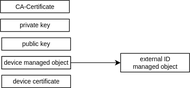
Before: doc/datamodel.drawio.svg, a diagram exported from draw.io (Cumulocity-IoT/cumulocity-pki-integration). Source tidied: cells renumbered, new cells last; positions are measured from the earlier drawing's top-left corner, leaving out a move shared by most shapes.
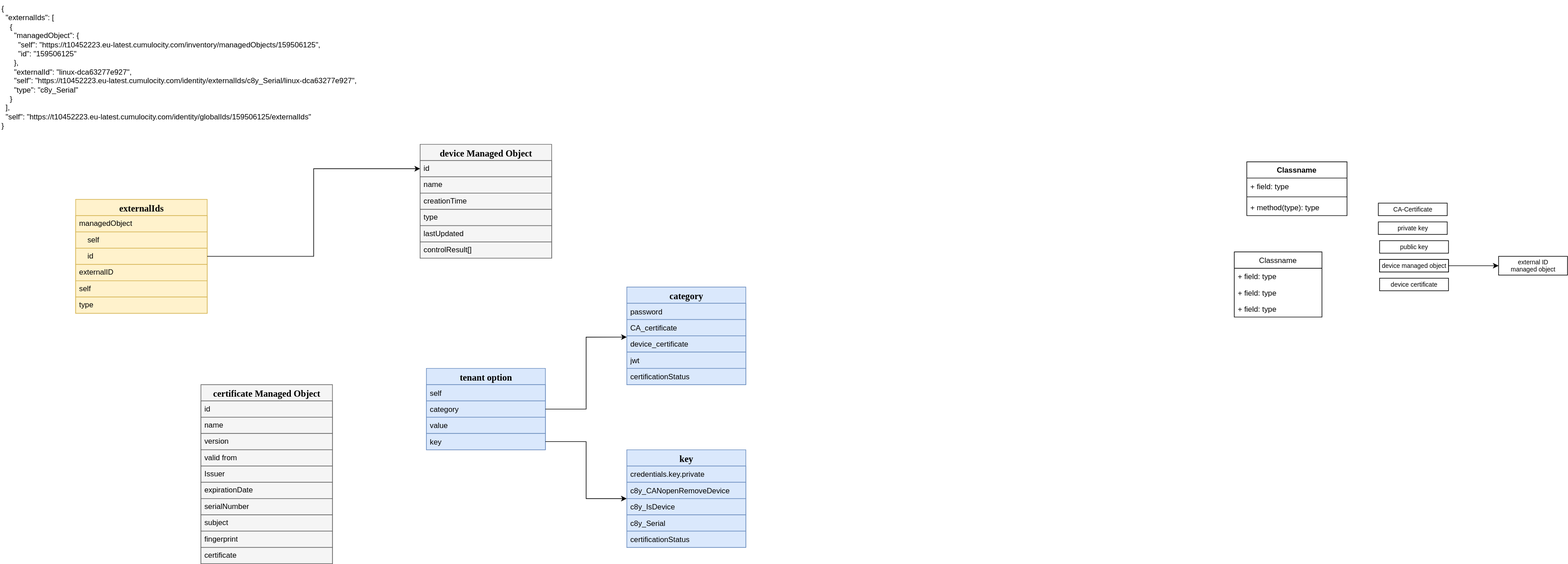
The same file after the commit.

Commit message:
starting datamodel

Change to the diagram source:
```diff
@@ -26,5 +26,179 @@
     <mxCell id="9" value="device certificate" style="html=1;fontSize=10;" parent="1" vertex="1">
       <mxGeometry x="2" y="120" width="110" height="20" as="geometry" />
     </mxCell>
+    <mxCell id="10" value="Classname" style="swimlane;fontStyle=1;align=center;verticalAlign=top;horizontal=1;startSize=26;" parent="1" vertex="1">
+      <mxGeometry x="-210" y="-66" width="160" height="86" as="geometry" />
+    </mxCell>
+    <mxCell id="11" value="+ field: type" style="text;strokeColor=none;fillColor=none;align=left;verticalAlign=top;spacingLeft=4;spacingRight=4;overflow=hidden;" parent="10" vertex="1">
+      <mxGeometry y="26" width="160" height="26" as="geometry" />
+    </mxCell>
+    <mxCell id="12" style="line;strokeWidth=1;fillColor=none;align=left;verticalAlign=middle;spacingTop=-1;spacingLeft=3;spacingRight=3;labelPosition=right;" parent="10" vertex="1">
+      <mxGeometry y="52" width="160" height="8" as="geometry" />
+    </mxCell>
+    <mxCell id="13" value="+ method(type): type" style="text;strokeColor=none;fillColor=none;align=left;verticalAlign=top;spacingLeft=4;spacingRight=4;overflow=hidden;" parent="10" vertex="1">
+      <mxGeometry y="60" width="160" height="26" as="geometry" />
+    </mxCell>
+    <mxCell id="14" value="Classname" style="swimlane;fontStyle=0;horizontal=1;startSize=26;fillColor=none;" parent="1" vertex="1">
+      <mxGeometry x="-230" y="78" width="140" height="104" as="geometry" />
+    </mxCell>
+    <mxCell id="15" value="+ field: type" style="text;strokeColor=none;fillColor=none;align=left;verticalAlign=top;spacingLeft=4;spacingRight=4;overflow=hidden;" parent="14" vertex="1">
+      <mxGeometry y="26" width="140" height="26" as="geometry" />
+    </mxCell>
+    <mxCell id="16" value="+ field: type" style="text;strokeColor=none;fillColor=none;align=left;verticalAlign=top;spacingLeft=4;spacingRight=4;overflow=hidden;" parent="14" vertex="1">
+      <mxGeometry y="52" width="140" height="26" as="geometry" />
+    </mxCell>
+    <mxCell id="17" value="+ field: type" style="text;strokeColor=none;fillColor=none;align=left;verticalAlign=top;spacingLeft=4;spacingRight=4;overflow=hidden;" parent="14" vertex="1">
+      <mxGeometry y="78" width="140" height="26" as="geometry" />
+    </mxCell>
+    <mxCell id="18" value="&lt;span lang=&quot;EN-GB&quot; style=&quot;font-size: 11.0pt ; font-family: &amp;quot;rubik&amp;quot;&quot;&gt;externalIds&lt;/span&gt;" style="swimlane;html=1;fontStyle=1;align=center;verticalAlign=top;horizontal=1;startSize=26;swimlaneFillColor=#ffffff;rounded=0;shadow=0;comic=0;labelBackgroundColor=none;strokeWidth=1;fillColor=#fff2cc;fontFamily=Verdana;fontSize=12;strokeColor=#d6b656;fontColor=#000000;" parent="1" vertex="1">
+      <mxGeometry x="-2080" y="-6" width="210" height="182" as="geometry" />
+    </mxCell>
+    <mxCell id="19" value="managedObject" style="text;strokeColor=#d6b656;fillColor=#fff2cc;align=left;verticalAlign=middle;spacingLeft=4;spacingRight=4;whiteSpace=wrap;overflow=hidden;fontColor=#000000;" parent="18" vertex="1">
+      <mxGeometry y="26" width="210" height="26" as="geometry" />
+    </mxCell>
+    <mxCell id="20" value="    self" style="text;strokeColor=#d6b656;fillColor=#fff2cc;align=left;verticalAlign=middle;spacingLeft=4;spacingRight=4;whiteSpace=wrap;overflow=hidden;fontColor=#000000;" parent="18" vertex="1">
+      <mxGeometry y="52" width="210" height="26" as="geometry" />
+    </mxCell>
+    <mxCell id="21" value="    id   " style="text;strokeColor=#d6b656;fillColor=#fff2cc;align=left;verticalAlign=middle;spacingLeft=4;spacingRight=4;whiteSpace=wrap;overflow=hidden;points=[[0,0.5],[1,0.5]];portConstraint=eastwest;fontColor=#000000;" parent="18" vertex="1">
+      <mxGeometry y="78" width="210" height="26" as="geometry" />
+    </mxCell>
+    <mxCell id="22" value="externalID" style="text;strokeColor=#d6b656;fillColor=#fff2cc;align=left;verticalAlign=middle;spacingLeft=4;spacingRight=4;whiteSpace=wrap;overflow=hidden;fontColor=#000000;" parent="18" vertex="1">
+      <mxGeometry y="104" width="210" height="26" as="geometry" />
+    </mxCell>
+    <mxCell id="23" value="self" style="text;strokeColor=#d6b656;fillColor=#fff2cc;align=left;verticalAlign=middle;spacingLeft=4;spacingRight=4;whiteSpace=wrap;overflow=hidden;fontColor=#000000;" parent="18" vertex="1">
+      <mxGeometry y="130" width="210" height="26" as="geometry" />
+    </mxCell>
+    <mxCell id="24" value="type" style="text;strokeColor=#d6b656;fillColor=#fff2cc;align=left;verticalAlign=middle;spacingLeft=4;spacingRight=4;whiteSpace=wrap;overflow=hidden;fontColor=#000000;" parent="18" vertex="1">
+      <mxGeometry y="156" width="210" height="26" as="geometry" />
+    </mxCell>
+    <mxCell id="25" value="&lt;span lang=&quot;EN-GB&quot; style=&quot;font-size: 11.0pt ; font-family: &amp;quot;rubik&amp;quot;&quot;&gt;device Managed Object&lt;/span&gt;" style="swimlane;html=1;fontStyle=1;align=center;verticalAlign=top;horizontal=1;startSize=26;swimlaneFillColor=#ffffff;rounded=0;shadow=0;comic=0;labelBackgroundColor=none;strokeWidth=1;fillColor=#f5f5f5;fontFamily=Verdana;fontSize=12;strokeColor=#666666;fontColor=#000000;" parent="1" vertex="1">
+      <mxGeometry x="-1530" y="-94" width="210" height="182" as="geometry" />
+    </mxCell>
+    <mxCell id="26" value="id" style="text;strokeColor=#666666;fillColor=#f5f5f5;align=left;verticalAlign=middle;spacingLeft=4;spacingRight=4;whiteSpace=wrap;overflow=hidden;points=[[0,0.5],[1,0.5]];portConstraint=eastwest;fontColor=#000000;" parent="25" vertex="1">
+      <mxGeometry y="26" width="210" height="26" as="geometry" />
+    </mxCell>
+    <mxCell id="27" value="name" style="text;strokeColor=#666666;fillColor=#f5f5f5;align=left;verticalAlign=middle;spacingLeft=4;spacingRight=4;whiteSpace=wrap;overflow=hidden;fontColor=#000000;" parent="25" vertex="1">
+      <mxGeometry y="52" width="210" height="26" as="geometry" />
+    </mxCell>
+    <mxCell id="28" value="creationTime" style="text;strokeColor=#666666;fillColor=#f5f5f5;align=left;verticalAlign=middle;spacingLeft=4;spacingRight=4;whiteSpace=wrap;overflow=hidden;fontColor=#000000;" parent="25" vertex="1">
+      <mxGeometry y="78" width="210" height="26" as="geometry" />
+    </mxCell>
+    <mxCell id="29" value="type" style="text;strokeColor=#666666;fillColor=#f5f5f5;align=left;verticalAlign=middle;spacingLeft=4;spacingRight=4;whiteSpace=wrap;overflow=hidden;fontColor=#000000;" parent="25" vertex="1">
+      <mxGeometry y="104" width="210" height="26" as="geometry" />
+    </mxCell>
+    <mxCell id="30" value="lastUpdated" style="text;strokeColor=#666666;fillColor=#f5f5f5;align=left;verticalAlign=middle;spacingLeft=4;spacingRight=4;whiteSpace=wrap;overflow=hidden;fontColor=#000000;" parent="25" vertex="1">
+      <mxGeometry y="130" width="210" height="26" as="geometry" />
+    </mxCell>
+    <mxCell id="31" value="controlResult[]" style="text;strokeColor=#666666;fillColor=#f5f5f5;align=left;verticalAlign=middle;spacingLeft=4;spacingRight=4;whiteSpace=wrap;overflow=hidden;fontColor=#000000;" parent="25" vertex="1">
+      <mxGeometry y="156" width="210" height="26" as="geometry" />
+    </mxCell>
+    <mxCell id="32" value="&lt;span lang=&quot;EN-GB&quot; style=&quot;font-size: 11.0pt ; font-family: &amp;quot;rubik&amp;quot;&quot;&gt;tenant option&lt;/span&gt;" style="swimlane;html=1;fontStyle=1;align=center;verticalAlign=top;horizontal=1;startSize=26;swimlaneFillColor=#ffffff;rounded=0;shadow=0;comic=0;labelBackgroundColor=none;strokeWidth=1;fillColor=#dae8fc;fontFamily=Verdana;fontSize=12;strokeColor=#6c8ebf;fontColor=#000000;" parent="1" vertex="1">
+      <mxGeometry x="-1520" y="264" width="190" height="130" as="geometry" />
+    </mxCell>
+    <mxCell id="33" value="self" style="text;strokeColor=#6c8ebf;fillColor=#dae8fc;align=left;verticalAlign=top;spacingLeft=4;spacingRight=4;whiteSpace=wrap;overflow=hidden;fontColor=#000000;" parent="32" vertex="1">
+      <mxGeometry y="26" width="190" height="26" as="geometry" />
+    </mxCell>
+    <mxCell id="34" value="category" style="text;strokeColor=#6c8ebf;fillColor=#dae8fc;align=left;verticalAlign=top;spacingLeft=4;spacingRight=4;whiteSpace=wrap;overflow=hidden;points=[[0,0.5],[1,0.5]];portConstraint=eastwest;fontColor=#000000;" parent="32" vertex="1">
+      <mxGeometry y="52" width="190" height="26" as="geometry" />
+    </mxCell>
+    <mxCell id="35" value="value" style="text;strokeColor=#6c8ebf;fillColor=#dae8fc;align=left;verticalAlign=top;spacingLeft=4;spacingRight=4;whiteSpace=wrap;overflow=hidden;fontColor=#000000;" parent="32" vertex="1">
+      <mxGeometry y="78" width="190" height="26" as="geometry" />
+    </mxCell>
+    <mxCell id="36" value="&lt;span style=&quot;&quot;&gt;key&lt;/span&gt;" style="text;html=1;strokeColor=#6c8ebf;fillColor=#dae8fc;align=left;verticalAlign=top;spacingLeft=4;spacingRight=4;whiteSpace=wrap;overflow=hidden;points=[[0,0.5],[1,0.5]];portConstraint=eastwest;fontColor=#000000;" parent="32" vertex="1">
+      <mxGeometry y="104" width="190" height="26" as="geometry" />
+    </mxCell>
+    <mxCell id="37" value="{&#10;  &quot;externalIds&quot;: [&#10;    {&#10;      &quot;managedObject&quot;: {&#10;        &quot;self&quot;: &quot;https://t10452223.eu-latest.cumulocity.com/inventory/managedObjects/159506125&quot;,&#10;        &quot;id&quot;: &quot;159506125&quot;&#10;      },&#10;      &quot;externalId&quot;: &quot;linux-dca63277e927&quot;,&#10;      &quot;self&quot;: &quot;https://t10452223.eu-latest.cumulocity.com/identity/externalIds/c8y_Serial/linux-dca63277e927&quot;,&#10;      &quot;type&quot;: &quot;c8y_Serial&quot;&#10;    }&#10;  ],&#10;  &quot;self&quot;: &quot;https://t10452223.eu-latest.cumulocity.com/identity/globalIds/159506125/externalIds&quot;&#10;}" style="text;whiteSpace=wrap;html=1;" parent="1" vertex="1">
+      <mxGeometry x="-2200" y="-324" width="790" height="230" as="geometry" />
+    </mxCell>
+    <mxCell id="38" style="edgeStyle=orthogonalEdgeStyle;rounded=0;jettySize=auto;html=1;entryX=0;entryY=0.5;entryDx=0;entryDy=0;" parent="1" edge="1" source="21" target="26">
+      <mxGeometry relative="1" as="geometry" />
+    </mxCell>
+    <mxCell id="39" value="&lt;span lang=&quot;EN-GB&quot; style=&quot;font-size: 11.0pt ; font-family: &amp;quot;rubik&amp;quot;&quot;&gt;category&lt;/span&gt;" style="swimlane;html=1;fontStyle=1;align=center;verticalAlign=top;horizontal=1;startSize=26;swimlaneFillColor=#ffffff;rounded=0;shadow=0;comic=0;labelBackgroundColor=none;strokeWidth=1;fillColor=#dae8fc;fontFamily=Verdana;fontSize=12;strokeColor=#6c8ebf;fontColor=#000000;" parent="1" vertex="1">
+      <mxGeometry x="-1200" y="134" width="190" height="156" as="geometry" />
+    </mxCell>
+    <mxCell id="40" value="password" style="text;strokeColor=#6c8ebf;fillColor=#dae8fc;align=left;verticalAlign=top;spacingLeft=4;spacingRight=4;whiteSpace=wrap;overflow=hidden;fontColor=#000000;" parent="39" vertex="1">
+      <mxGeometry y="26" width="190" height="26" as="geometry" />
+    </mxCell>
+    <mxCell id="41" value="CA_certificate" style="text;strokeColor=#6c8ebf;fillColor=#dae8fc;align=left;verticalAlign=top;spacingLeft=4;spacingRight=4;whiteSpace=wrap;overflow=hidden;fontColor=#000000;" parent="39" vertex="1">
+      <mxGeometry y="52" width="190" height="26" as="geometry" />
+    </mxCell>
+    <mxCell id="42" value="device_certificate" style="text;strokeColor=#6c8ebf;fillColor=#dae8fc;align=left;verticalAlign=top;spacingLeft=4;spacingRight=4;whiteSpace=wrap;overflow=hidden;fontColor=#000000;" parent="39" vertex="1">
+      <mxGeometry y="78" width="190" height="26" as="geometry" />
+    </mxCell>
+    <mxCell id="43" value="jwt" style="text;strokeColor=#6c8ebf;fillColor=#dae8fc;align=left;verticalAlign=top;spacingLeft=4;spacingRight=4;whiteSpace=wrap;overflow=hidden;fontColor=#000000;" parent="39" vertex="1">
+      <mxGeometry y="104" width="190" height="26" as="geometry" />
+    </mxCell>
+    <mxCell id="44" value="&lt;span style=&quot;&quot;&gt;certificationStatus&lt;/span&gt;" style="text;html=1;strokeColor=#6c8ebf;fillColor=#dae8fc;align=left;verticalAlign=top;spacingLeft=4;spacingRight=4;whiteSpace=wrap;overflow=hidden;fontColor=#000000;" parent="39" vertex="1">
+      <mxGeometry y="130" width="190" height="26" as="geometry" />
+    </mxCell>
+    <mxCell id="45" value="&lt;span lang=&quot;EN-GB&quot; style=&quot;font-size: 11.0pt ; font-family: &amp;quot;rubik&amp;quot;&quot;&gt;key&lt;/span&gt;" style="swimlane;html=1;fontStyle=1;align=center;verticalAlign=top;horizontal=1;startSize=26;swimlaneFillColor=#ffffff;rounded=0;shadow=0;comic=0;labelBackgroundColor=none;strokeWidth=1;fillColor=#dae8fc;fontFamily=Verdana;fontSize=12;strokeColor=#6c8ebf;fontColor=#000000;" parent="1" vertex="1">
+      <mxGeometry x="-1200" y="394" width="190" height="156" as="geometry" />
+    </mxCell>
+    <mxCell id="46" value="credentials.key.private" style="text;strokeColor=#6c8ebf;fillColor=#dae8fc;align=left;verticalAlign=top;spacingLeft=4;spacingRight=4;whiteSpace=wrap;overflow=hidden;fontColor=#000000;" parent="45" vertex="1">
+      <mxGeometry y="26" width="190" height="26" as="geometry" />
+    </mxCell>
+    <mxCell id="47" value="c8y_CANopenRemoveDevice" style="text;strokeColor=#6c8ebf;fillColor=#dae8fc;align=left;verticalAlign=top;spacingLeft=4;spacingRight=4;whiteSpace=wrap;overflow=hidden;points=[[0,0.5],[1,0.5]];portConstraint=eastwest;fontColor=#000000;" parent="45" vertex="1">
+      <mxGeometry y="52" width="190" height="26" as="geometry" />
+    </mxCell>
+    <mxCell id="48" value="c8y_IsDevice" style="text;strokeColor=#6c8ebf;fillColor=#dae8fc;align=left;verticalAlign=top;spacingLeft=4;spacingRight=4;whiteSpace=wrap;overflow=hidden;fontColor=#000000;" parent="45" vertex="1">
+      <mxGeometry y="78" width="190" height="26" as="geometry" />
+    </mxCell>
+    <mxCell id="49" value="c8y_Serial" style="text;strokeColor=#6c8ebf;fillColor=#dae8fc;align=left;verticalAlign=top;spacingLeft=4;spacingRight=4;whiteSpace=wrap;overflow=hidden;fontColor=#000000;" parent="45" vertex="1">
+      <mxGeometry y="104" width="190" height="26" as="geometry" />
+    </mxCell>
+    <mxCell id="50" value="&lt;span style=&quot;&quot;&gt;certificationStatus&lt;/span&gt;" style="text;html=1;strokeColor=#6c8ebf;fillColor=#dae8fc;align=left;verticalAlign=top;spacingLeft=4;spacingRight=4;whiteSpace=wrap;overflow=hidden;fontColor=#000000;" parent="45" vertex="1">
+      <mxGeometry y="130" width="190" height="26" as="geometry" />
+    </mxCell>
+    <mxCell id="51" style="edgeStyle=orthogonalEdgeStyle;rounded=0;jettySize=auto;html=1;" parent="1" edge="1" source="34">
+      <mxGeometry relative="1" as="geometry">
+        <mxPoint x="-1200" y="214" as="targetPoint" />
+        <Array as="points">
+          <mxPoint x="-1265" y="329" />
+          <mxPoint x="-1265" y="214" />
+        </Array>
+      </mxGeometry>
+    </mxCell>
+    <mxCell id="52" style="edgeStyle=orthogonalEdgeStyle;rounded=0;jettySize=auto;html=1;entryX=-0.001;entryY=0.991;entryDx=0;entryDy=0;entryPerimeter=0;" parent="1" edge="1" source="36" target="47">
+      <mxGeometry relative="1" as="geometry">
+        <Array as="points">
+          <mxPoint x="-1265" y="381" />
+          <mxPoint x="-1265" y="472" />
+          <mxPoint x="-1200" y="472" />
+        </Array>
+      </mxGeometry>
+    </mxCell>
+    <mxCell id="53" value="&lt;span lang=&quot;EN-GB&quot; style=&quot;font-size: 11.0pt ; font-family: &amp;quot;rubik&amp;quot;&quot;&gt;certificate Managed Object&lt;/span&gt;" style="swimlane;html=1;fontStyle=1;align=center;verticalAlign=top;horizontal=1;startSize=26;swimlaneFillColor=#ffffff;rounded=0;shadow=0;comic=0;labelBackgroundColor=none;strokeWidth=1;fillColor=#f5f5f5;fontFamily=Verdana;fontSize=12;strokeColor=#666666;fontColor=#000000;" parent="1" vertex="1">
+      <mxGeometry x="-1880" y="290" width="210" height="286" as="geometry" />
+    </mxCell>
+    <mxCell id="54" value="id" style="text;strokeColor=#666666;fillColor=#f5f5f5;align=left;verticalAlign=middle;spacingLeft=4;spacingRight=4;whiteSpace=wrap;overflow=hidden;fontColor=#000000;" parent="53" vertex="1">
+      <mxGeometry y="26" width="210" height="26" as="geometry" />
+    </mxCell>
+    <mxCell id="55" value="name" style="text;strokeColor=#666666;fillColor=#f5f5f5;align=left;verticalAlign=middle;spacingLeft=4;spacingRight=4;whiteSpace=wrap;overflow=hidden;fontColor=#000000;" parent="53" vertex="1">
+      <mxGeometry y="52" width="210" height="26" as="geometry" />
+    </mxCell>
+    <mxCell id="56" value="version" style="text;strokeColor=#666666;fillColor=#f5f5f5;align=left;verticalAlign=middle;spacingLeft=4;spacingRight=4;whiteSpace=wrap;overflow=hidden;fontColor=#000000;" parent="53" vertex="1">
+      <mxGeometry y="78" width="210" height="26" as="geometry" />
+    </mxCell>
+    <mxCell id="57" value="valid from" style="text;strokeColor=#666666;fillColor=#f5f5f5;align=left;verticalAlign=middle;spacingLeft=4;spacingRight=4;whiteSpace=wrap;overflow=hidden;fontColor=#000000;" parent="53" vertex="1">
+      <mxGeometry y="104" width="210" height="26" as="geometry" />
+    </mxCell>
+    <mxCell id="58" value="Issuer" style="text;strokeColor=#666666;fillColor=#f5f5f5;align=left;verticalAlign=middle;spacingLeft=4;spacingRight=4;whiteSpace=wrap;overflow=hidden;fontColor=#000000;" parent="53" vertex="1">
+      <mxGeometry y="130" width="210" height="26" as="geometry" />
+    </mxCell>
+    <mxCell id="59" value="expirationDate  " style="text;strokeColor=#666666;fillColor=#f5f5f5;align=left;verticalAlign=middle;spacingLeft=4;spacingRight=4;whiteSpace=wrap;overflow=hidden;fontColor=#000000;" parent="53" vertex="1">
+      <mxGeometry y="156" width="210" height="26" as="geometry" />
+    </mxCell>
+    <mxCell id="60" value="serialNumber" style="text;strokeColor=#666666;fillColor=#f5f5f5;align=left;verticalAlign=middle;spacingLeft=4;spacingRight=4;whiteSpace=wrap;overflow=hidden;fontColor=#000000;" parent="53" vertex="1">
+      <mxGeometry y="182" width="210" height="26" as="geometry" />
+    </mxCell>
+    <mxCell id="61" value="subject" style="text;strokeColor=#666666;fillColor=#f5f5f5;align=left;verticalAlign=middle;spacingLeft=4;spacingRight=4;whiteSpace=wrap;overflow=hidden;fontColor=#000000;" parent="53" vertex="1">
+      <mxGeometry y="208" width="210" height="26" as="geometry" />
+    </mxCell>
+    <mxCell id="62" value="fingerprint  " style="text;strokeColor=#666666;fillColor=#f5f5f5;align=left;verticalAlign=middle;spacingLeft=4;spacingRight=4;whiteSpace=wrap;overflow=hidden;fontColor=#000000;" parent="53" vertex="1">
+      <mxGeometry y="234" width="210" height="26" as="geometry" />
+    </mxCell>
+    <mxCell id="63" value="certificate" style="text;strokeColor=#666666;fillColor=#f5f5f5;align=left;verticalAlign=middle;spacingLeft=4;spacingRight=4;whiteSpace=wrap;overflow=hidden;fontColor=#000000;" parent="53" vertex="1">
+      <mxGeometry y="260" width="210" height="26" as="geometry" />
+    </mxCell>
   </root>
 </mxGraphModel>
```
